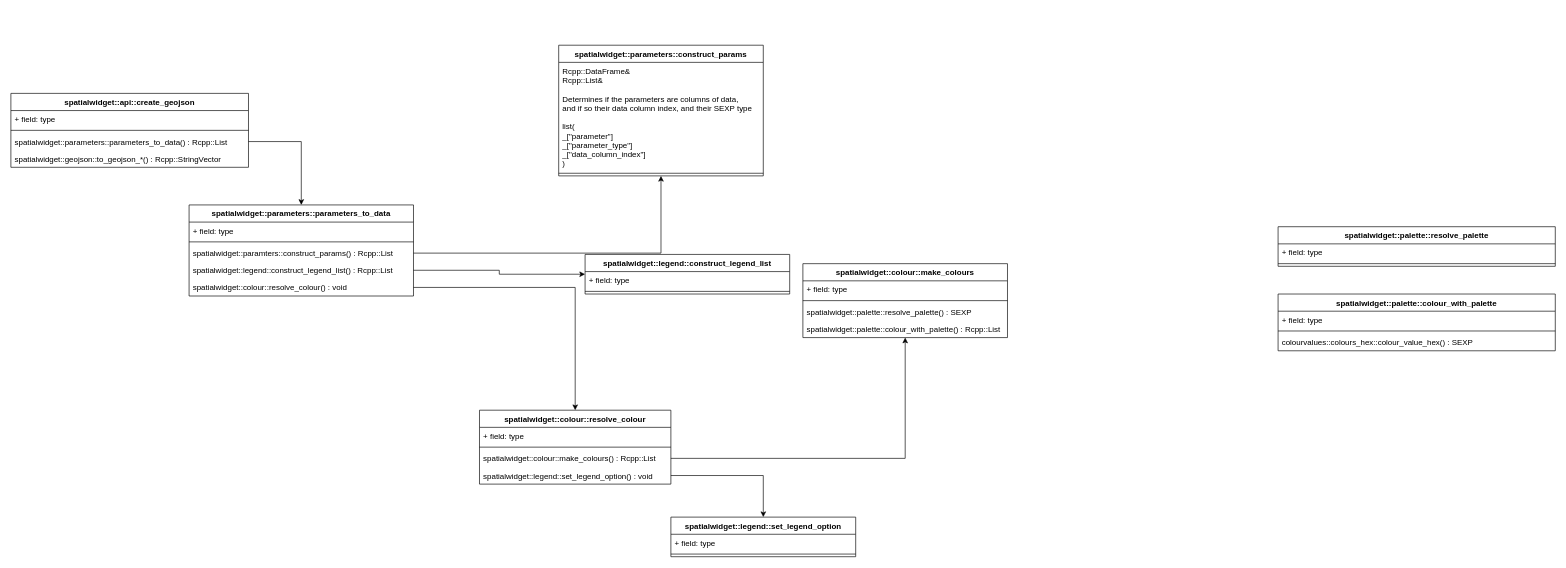
Above: spatialwidget.drawio in SymbolixAU/spatialwidget (draw.io), before the change. Source tidied: cells renumbered, new cells numbered last; positions are measured from the earlier drawing's top-left corner, leaving out a move shared by most shapes. Both pictures are drawn from the tidied source at 66%, with x=0, y=0 at pixel (11, 45).
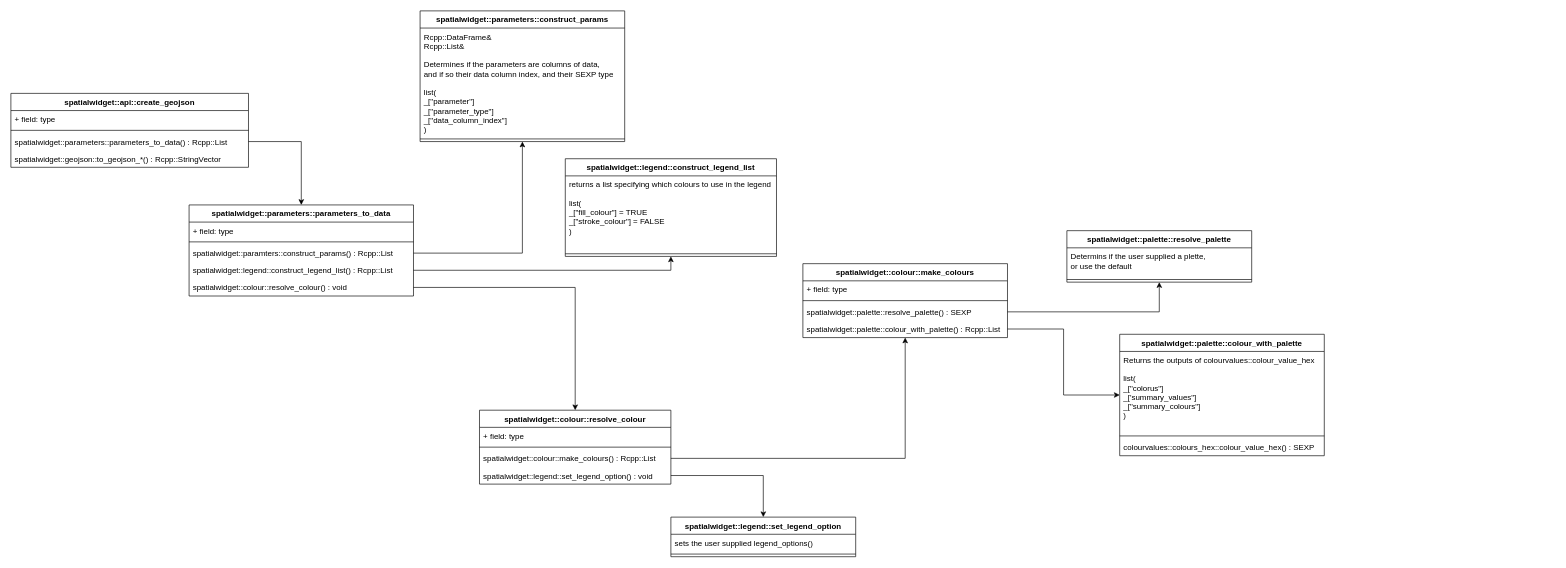
The same diagram, later.

Unchanged cells that the change refers to:
```xml
<mxCell id="24" value="spatialwidget::legend::set_legend_option" style="swimlane;fontStyle=1;align=center;verticalAlign=top;horizontal=1;startSize=26;" parent="1" vertex="1">
  <mxGeometry x="1000" y="715" width="280" height="60" as="geometry" />
</mxCell>
<mxCell id="31" value="spatialwidget::palette::resolve_palette() : SEXP&#10;" style="text;strokeColor=none;fillColor=none;align=left;verticalAlign=top;spacingLeft=4;spacingRight=4;overflow=hidden;points=[[0,0.5],[1,0.5]];portConstraint=eastwest;" parent="28" vertex="1">
  <mxGeometry y="60" width="310" height="26" as="geometry" />
</mxCell>
<mxCell id="32" value="spatialwidget::palette::colour_with_palette() : Rcpp::List&#10;" style="text;strokeColor=none;fillColor=none;align=left;verticalAlign=top;spacingLeft=4;spacingRight=4;overflow=hidden;points=[[0,0.5],[1,0.5]];portConstraint=eastwest;" parent="28" vertex="1">
  <mxGeometry y="86" width="310" height="26" as="geometry" />
</mxCell>
```

Diff of the diagram source:
```diff
@@
     <mxCell id="14" value="spatialwidget::legend::construct_legend_list" style="swimlane;fontStyle=1;align=center;verticalAlign=top;horizontal=1;startSize=26;" parent="1" vertex="1">
-      <mxGeometry x="870" y="317" width="310" height="60" as="geometry" />
+      <mxGeometry x="840" y="172" width="320" height="148" as="geometry" />
     </mxCell>
-    <mxCell id="15" value="+ field: type" style="text;strokeColor=none;fillColor=none;align=left;verticalAlign=top;spacingLeft=4;spacingRight=4;overflow=hidden;" parent="14" vertex="1">
-      <mxGeometry y="26" width="310" height="26" as="geometry" />
+    <mxCell id="15" value="returns a list specifying which colours to use in the legend&#10;&#10;list(&#10;_[&quot;fill_colour&quot;] = TRUE&#10;_[&quot;stroke_colour&quot;] = FALSE&#10;)&#10;" style="text;strokeColor=none;fillColor=none;align=left;verticalAlign=top;spacingLeft=4;spacingRight=4;overflow=hidden;" parent="14" vertex="1">
+      <mxGeometry y="26" width="320" height="114" as="geometry" />
     </mxCell>
     <mxCell id="16" style="line;strokeWidth=1;fillColor=none;align=left;verticalAlign=middle;spacingTop=-1;spacingLeft=3;spacingRight=3;labelPosition=right;" parent="14" vertex="1">
-      <mxGeometry y="52" width="310" height="8" as="geometry" />
+      <mxGeometry y="140" width="320" height="8" as="geometry" />
     </mxCell>
@@
-    <mxCell id="25" value="+ field: type" style="text;strokeColor=none;fillColor=none;align=left;verticalAlign=top;spacingLeft=4;spacingRight=4;overflow=hidden;" parent="24" vertex="1">
+    <mxCell id="25" value="sets the user supplied legend_options()" style="text;strokeColor=none;fillColor=none;align=left;verticalAlign=top;spacingLeft=4;spacingRight=4;overflow=hidden;" parent="24" vertex="1">
       <mxGeometry y="26" width="280" height="26" as="geometry" />
     </mxCell>
@@
     <mxCell id="34" value="spatialwidget::palette::resolve_palette" style="swimlane;fontStyle=1;align=center;verticalAlign=top;horizontal=1;startSize=26;" parent="1" vertex="1">
-      <mxGeometry x="1920" y="275" width="420" height="60" as="geometry" />
+      <mxGeometry x="1600" y="281" width="280" height="78" as="geometry" />
     </mxCell>
-    <mxCell id="35" value="+ field: type" style="text;strokeColor=none;fillColor=none;align=left;verticalAlign=top;spacingLeft=4;spacingRight=4;overflow=hidden;" parent="34" vertex="1">
-      <mxGeometry y="26" width="420" height="26" as="geometry" />
+    <mxCell id="35" value="Determins if the user supplied a plette, &#10;or use the default" style="text;strokeColor=none;fillColor=none;align=left;verticalAlign=top;spacingLeft=4;spacingRight=4;overflow=hidden;" parent="34" vertex="1">
+      <mxGeometry y="26" width="280" height="44" as="geometry" />
     </mxCell>
     <mxCell id="36" style="line;strokeWidth=1;fillColor=none;align=left;verticalAlign=middle;spacingTop=-1;spacingLeft=3;spacingRight=3;labelPosition=right;" parent="34" vertex="1">
-      <mxGeometry y="52" width="420" height="8" as="geometry" />
+      <mxGeometry y="70" width="280" height="8" as="geometry" />
     </mxCell>
     <mxCell id="37" value="spatialwidget::palette::colour_with_palette" style="swimlane;fontStyle=1;align=center;verticalAlign=top;horizontal=1;startSize=26;" parent="1" vertex="1">
-      <mxGeometry x="1920" y="377" width="420" height="86" as="geometry" />
+      <mxGeometry x="1680" y="438" width="310" height="184" as="geometry" />
     </mxCell>
-    <mxCell id="38" value="+ field: type" style="text;strokeColor=none;fillColor=none;align=left;verticalAlign=top;spacingLeft=4;spacingRight=4;overflow=hidden;" parent="37" vertex="1">
-      <mxGeometry y="26" width="420" height="26" as="geometry" />
+    <mxCell id="38" value="Returns the outputs of colourvalues::colour_value_hex&#10;&#10;list(&#10;_[&quot;colorus&quot;]&#10;_['summary_values&quot;]&#10;_[&quot;summary_colours&quot;]&#10;)&#10;" style="text;strokeColor=none;fillColor=none;align=left;verticalAlign=top;spacingLeft=4;spacingRight=4;overflow=hidden;" parent="37" vertex="1">
+      <mxGeometry y="26" width="310" height="124" as="geometry" />
     </mxCell>
     <mxCell id="39" style="line;strokeWidth=1;fillColor=none;align=left;verticalAlign=middle;spacingTop=-1;spacingLeft=3;spacingRight=3;labelPosition=right;" parent="37" vertex="1">
-      <mxGeometry y="52" width="420" height="8" as="geometry" />
+      <mxGeometry y="150" width="310" height="8" as="geometry" />
     </mxCell>
     <mxCell id="40" value="colourvalues::colours_hex::colour_value_hex() : SEXP&#10;" style="text;strokeColor=none;fillColor=none;align=left;verticalAlign=top;spacingLeft=4;spacingRight=4;overflow=hidden;" parent="37" vertex="1">
-      <mxGeometry y="60" width="420" height="26" as="geometry" />
+      <mxGeometry y="158" width="310" height="26" as="geometry" />
     </mxCell>
     <mxCell id="41" value="spatialwidget::parameters::construct_params" style="swimlane;fontStyle=1;align=center;verticalAlign=top;horizontal=1;startSize=26;" parent="1" vertex="1">
-      <mxGeometry x="830" width="310" height="198" as="geometry" />
+      <mxGeometry x="620" y="-52" width="310" height="198" as="geometry" />
     </mxCell>
@@
+    <mxCell id="45" style="edgeStyle=orthogonalEdgeStyle;rounded=0;jettySize=auto;html=1;" parent="1" edge="1" source="31" target="34">
+      <mxGeometry relative="1" as="geometry" />
+    </mxCell>
+    <mxCell id="46" style="edgeStyle=orthogonalEdgeStyle;rounded=0;jettySize=auto;html=1;" parent="1" edge="1" source="32" target="37">
+      <mxGeometry relative="1" as="geometry" />
+    </mxCell>
```
